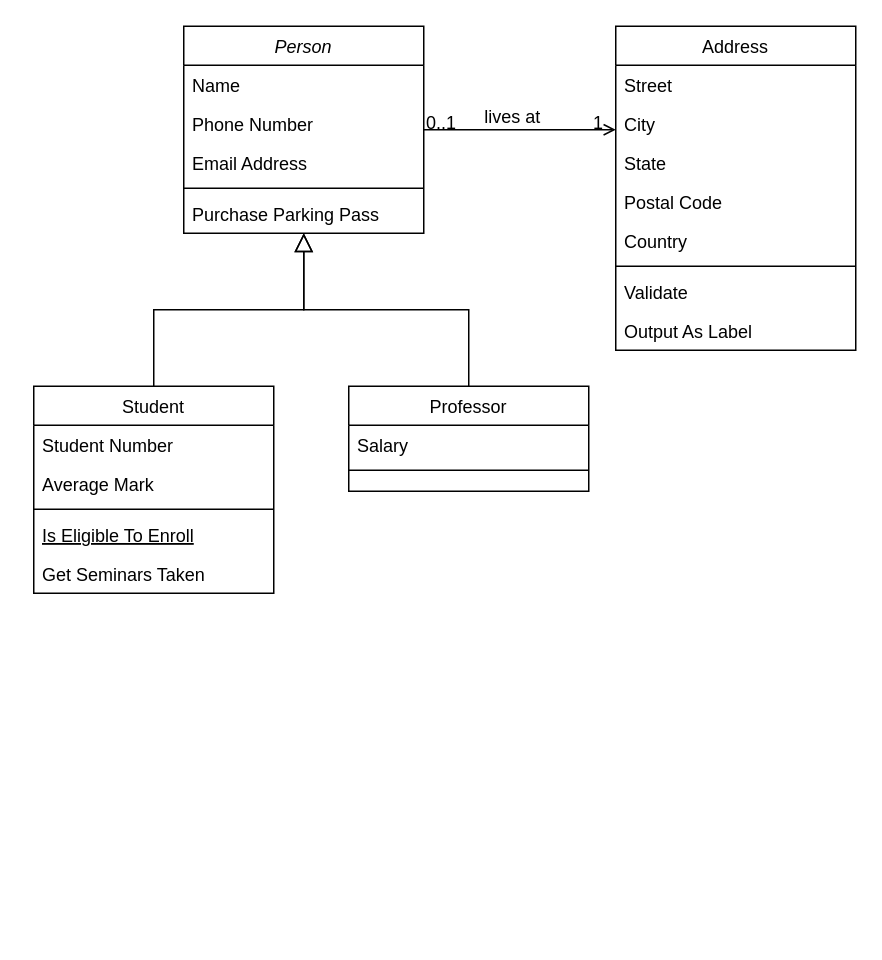
PCalderon77/Bases-de-datos1-ISSD keeps this draw.io diagram as Final Analisis de sistemas 2.drawio. Above is the earlier version. Source tidied: cells renumbered, new cells numbered last; positions are measured from the earlier drawing's top-left corner, leaving out a move shared by most shapes. Both pictures are drawn from the tidied source at 150%, with x=0, y=0 at pixel (33, 26).
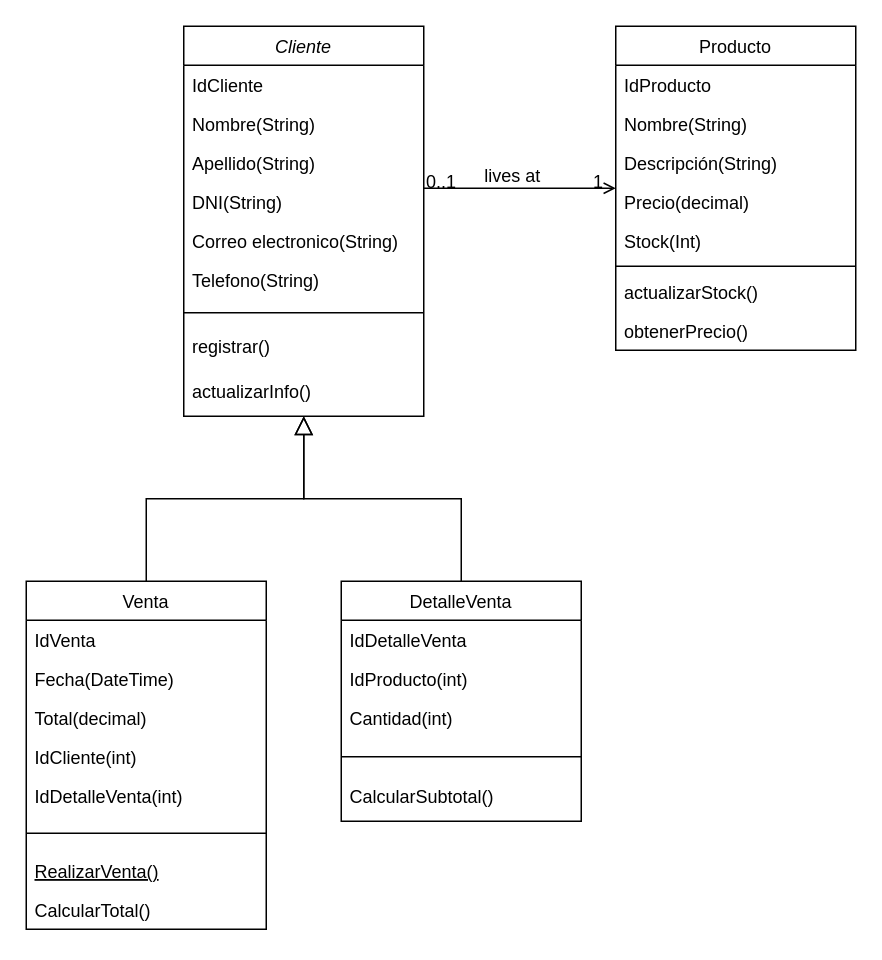
After the change.

What changed in the source:
```diff
@@
-    <mxCell id="2" value="Person" style="swimlane;fontStyle=2;align=center;verticalAlign=top;horizontal=1;startSize=26;rounded=0;shadow=0;strokeWidth=1;" parent="1" vertex="1">
-      <mxGeometry x="100" width="160" height="138" as="geometry" />
+    <mxCell id="2" value="Cliente" style="swimlane;fontStyle=2;align=center;verticalAlign=top;horizontal=1;startSize=26;rounded=0;shadow=0;strokeWidth=1;" parent="1" vertex="1">
+      <mxGeometry x="100" width="160" height="260" as="geometry" />
     </mxCell>
-    <mxCell id="3" value="Name" style="text;align=left;verticalAlign=top;spacingLeft=4;spacingRight=4;overflow=hidden;" parent="2" vertex="1">
+    <mxCell id="3" value="IdCliente" style="text;align=left;verticalAlign=top;spacingLeft=4;spacingRight=4;overflow=hidden;" parent="2" vertex="1">
       <mxGeometry y="26" width="160" height="26" as="geometry" />
     </mxCell>
-    <mxCell id="4" value="Phone Number" style="text;align=left;verticalAlign=top;spacingLeft=4;spacingRight=4;overflow=hidden;rounded=0;shadow=0;html=0;" parent="2" vertex="1">
+    <mxCell id="4" value="Nombre(String)" style="text;align=left;verticalAlign=top;spacingLeft=4;spacingRight=4;overflow=hidden;rounded=0;shadow=0;html=0;" parent="2" vertex="1">
       <mxGeometry y="52" width="160" height="26" as="geometry" />
     </mxCell>
-    <mxCell id="5" value="Email Address" style="text;align=left;verticalAlign=top;spacingLeft=4;spacingRight=4;overflow=hidden;rounded=0;shadow=0;html=0;" parent="2" vertex="1">
+    <mxCell id="5" value="Apellido(String)" style="text;align=left;verticalAlign=top;spacingLeft=4;spacingRight=4;overflow=hidden;rounded=0;shadow=0;html=0;" parent="2" vertex="1">
       <mxGeometry y="78" width="160" height="26" as="geometry" />
     </mxCell>
+    <mxCell id="32" value="DNI(String)" style="text;align=left;verticalAlign=top;spacingLeft=4;spacingRight=4;overflow=hidden;rounded=0;shadow=0;html=0;" parent="2" vertex="1">
+      <mxGeometry y="104" width="160" height="26" as="geometry" />
+    </mxCell>
+    <mxCell id="33" value="Correo electronico(String)" style="text;align=left;verticalAlign=top;spacingLeft=4;spacingRight=4;overflow=hidden;rounded=0;shadow=0;html=0;" parent="2" vertex="1">
+      <mxGeometry y="130" width="160" height="26" as="geometry" />
+    </mxCell>
+    <mxCell id="34" value="Telefono(String)" style="text;align=left;verticalAlign=top;spacingLeft=4;spacingRight=4;overflow=hidden;rounded=0;shadow=0;html=0;" parent="2" vertex="1">
+      <mxGeometry y="156" width="160" height="26" as="geometry" />
+    </mxCell>
     <mxCell id="6" style="line;html=1;strokeWidth=1;align=left;verticalAlign=middle;spacingTop=-1;spacingLeft=3;spacingRight=3;labelPosition=right;" parent="2" vertex="1">
-      <mxGeometry y="104" width="160" height="8" as="geometry" />
+      <mxGeometry y="182" width="160" height="18" as="geometry" />
     </mxCell>
-    <mxCell id="7" value="Purchase Parking Pass" style="text;align=left;verticalAlign=top;spacingLeft=4;spacingRight=4;overflow=hidden;" parent="2" vertex="1">
-      <mxGeometry y="112" width="160" height="26" as="geometry" />
+    <mxCell id="7" value="registrar()" style="text;align=left;verticalAlign=top;spacingLeft=4;spacingRight=4;overflow=hidden;" parent="2" vertex="1">
+      <mxGeometry y="200" width="160" height="30" as="geometry" />
     </mxCell>
+    <mxCell id="35" value="actualizarInfo()" style="text;align=left;verticalAlign=top;spacingLeft=4;spacingRight=4;overflow=hidden;" parent="2" vertex="1">
+      <mxGeometry y="230" width="160" height="30" as="geometry" />
+    </mxCell>
-    <mxCell id="8" value="Student" style="swimlane;fontStyle=0;align=center;verticalAlign=top;horizontal=1;startSize=26;rounded=0;shadow=0;strokeWidth=1;" parent="1" vertex="1">
-      <mxGeometry y="240" width="160" height="138" as="geometry" />
+    <mxCell id="8" value="Venta" style="swimlane;fontStyle=0;align=center;verticalAlign=top;horizontal=1;startSize=26;rounded=0;shadow=0;strokeWidth=1;" parent="1" vertex="1">
+      <mxGeometry x="-5" y="370" width="160" height="232" as="geometry" />
     </mxCell>
-    <mxCell id="9" value="Student Number" style="text;align=left;verticalAlign=top;spacingLeft=4;spacingRight=4;overflow=hidden;" parent="8" vertex="1">
+    <mxCell id="9" value="IdVenta" style="text;align=left;verticalAlign=top;spacingLeft=4;spacingRight=4;overflow=hidden;" parent="8" vertex="1">
       <mxGeometry y="26" width="160" height="26" as="geometry" />
     </mxCell>
-    <mxCell id="10" value="Average Mark" style="text;align=left;verticalAlign=top;spacingLeft=4;spacingRight=4;overflow=hidden;rounded=0;shadow=0;html=0;" parent="8" vertex="1">
+    <mxCell id="10" value="Fecha(DateTime)" style="text;align=left;verticalAlign=top;spacingLeft=4;spacingRight=4;overflow=hidden;rounded=0;shadow=0;html=0;" parent="8" vertex="1">
       <mxGeometry y="52" width="160" height="26" as="geometry" />
     </mxCell>
+    <mxCell id="36" value="Total(decimal)" style="text;align=left;verticalAlign=top;spacingLeft=4;spacingRight=4;overflow=hidden;rounded=0;shadow=0;html=0;" parent="8" vertex="1">
+      <mxGeometry y="78" width="160" height="26" as="geometry" />
+    </mxCell>
+    <mxCell id="37" value="IdCliente(int)" style="text;align=left;verticalAlign=top;spacingLeft=4;spacingRight=4;overflow=hidden;rounded=0;shadow=0;html=0;" parent="8" vertex="1">
+      <mxGeometry y="104" width="160" height="26" as="geometry" />
+    </mxCell>
+    <mxCell id="38" value="IdDetalleVenta(int)" style="text;align=left;verticalAlign=top;spacingLeft=4;spacingRight=4;overflow=hidden;rounded=0;shadow=0;html=0;" parent="8" vertex="1">
+      <mxGeometry y="130" width="160" height="26" as="geometry" />
+    </mxCell>
     <mxCell id="11" style="line;html=1;strokeWidth=1;align=left;verticalAlign=middle;spacingTop=-1;spacingLeft=3;spacingRight=3;labelPosition=right;" parent="8" vertex="1">
-      <mxGeometry y="78" width="160" height="8" as="geometry" />
+      <mxGeometry y="156" width="160" height="24" as="geometry" />
     </mxCell>
-    <mxCell id="12" value="Is Eligible To Enroll" style="text;align=left;verticalAlign=top;spacingLeft=4;spacingRight=4;overflow=hidden;fontStyle=4;" parent="8" vertex="1">
-      <mxGeometry y="86" width="160" height="26" as="geometry" />
+    <mxCell id="12" value="RealizarVenta()" style="text;align=left;verticalAlign=top;spacingLeft=4;spacingRight=4;overflow=hidden;fontStyle=4;" parent="8" vertex="1">
+      <mxGeometry y="180" width="160" height="26" as="geometry" />
     </mxCell>
-    <mxCell id="13" value="Get Seminars Taken" style="text;align=left;verticalAlign=top;spacingLeft=4;spacingRight=4;overflow=hidden;" parent="8" vertex="1">
-      <mxGeometry y="112" width="160" height="26" as="geometry" />
+    <mxCell id="13" value="CalcularTotal()" style="text;align=left;verticalAlign=top;spacingLeft=4;spacingRight=4;overflow=hidden;" parent="8" vertex="1">
+      <mxGeometry y="206" width="160" height="26" as="geometry" />
     </mxCell>
@@
-    <mxCell id="15" value="Professor" style="swimlane;fontStyle=0;align=center;verticalAlign=top;horizontal=1;startSize=26;rounded=0;shadow=0;strokeWidth=1;" parent="1" vertex="1">
-      <mxGeometry x="210" y="240" width="160" height="70" as="geometry" />
+    <mxCell id="15" value="DetalleVenta" style="swimlane;fontStyle=0;align=center;verticalAlign=top;horizontal=1;startSize=26;rounded=0;shadow=0;strokeWidth=1;" parent="1" vertex="1">
+      <mxGeometry x="205" y="370" width="160" height="160" as="geometry" />
     </mxCell>
-    <mxCell id="16" value="Salary" style="text;align=left;verticalAlign=top;spacingLeft=4;spacingRight=4;overflow=hidden;" parent="15" vertex="1">
+    <mxCell id="16" value="IdDetalleVenta" style="text;align=left;verticalAlign=top;spacingLeft=4;spacingRight=4;overflow=hidden;" parent="15" vertex="1">
       <mxGeometry y="26" width="160" height="26" as="geometry" />
     </mxCell>
+    <mxCell id="39" value="IdProducto(int)" style="text;align=left;verticalAlign=top;spacingLeft=4;spacingRight=4;overflow=hidden;" parent="15" vertex="1">
+      <mxGeometry y="52" width="160" height="26" as="geometry" />
+    </mxCell>
+    <mxCell id="40" value="Cantidad(int)" style="text;align=left;verticalAlign=top;spacingLeft=4;spacingRight=4;overflow=hidden;" parent="15" vertex="1">
+      <mxGeometry y="78" width="160" height="26" as="geometry" />
+    </mxCell>
     <mxCell id="17" style="line;html=1;strokeWidth=1;align=left;verticalAlign=middle;spacingTop=-1;spacingLeft=3;spacingRight=3;labelPosition=right;" parent="15" vertex="1">
-      <mxGeometry y="52" width="160" height="8" as="geometry" />
+      <mxGeometry y="104" width="160" height="26" as="geometry" />
     </mxCell>
+    <mxCell id="41" value="CalcularSubtotal()" style="text;align=left;verticalAlign=top;spacingLeft=4;spacingRight=4;overflow=hidden;" parent="15" vertex="1">
+      <mxGeometry y="130" width="160" height="26" as="geometry" />
+    </mxCell>
@@
-    <mxCell id="19" value="Address" style="swimlane;fontStyle=0;align=center;verticalAlign=top;horizontal=1;startSize=26;rounded=0;shadow=0;strokeWidth=1;" parent="1" vertex="1">
+    <mxCell id="19" value="Producto" style="swimlane;fontStyle=0;align=center;verticalAlign=top;horizontal=1;startSize=26;rounded=0;shadow=0;strokeWidth=1;" parent="1" vertex="1">
       <mxGeometry x="388" width="160" height="216" as="geometry" />
     </mxCell>
-    <mxCell id="20" value="Street" style="text;align=left;verticalAlign=top;spacingLeft=4;spacingRight=4;overflow=hidden;" parent="19" vertex="1">
+    <mxCell id="20" value="IdProducto" style="text;align=left;verticalAlign=top;spacingLeft=4;spacingRight=4;overflow=hidden;" parent="19" vertex="1">
       <mxGeometry y="26" width="160" height="26" as="geometry" />
     </mxCell>
-    <mxCell id="21" value="City" style="text;align=left;verticalAlign=top;spacingLeft=4;spacingRight=4;overflow=hidden;rounded=0;shadow=0;html=0;" parent="19" vertex="1">
+    <mxCell id="21" value="Nombre(String)" style="text;align=left;verticalAlign=top;spacingLeft=4;spacingRight=4;overflow=hidden;rounded=0;shadow=0;html=0;" parent="19" vertex="1">
       <mxGeometry y="52" width="160" height="26" as="geometry" />
     </mxCell>
-    <mxCell id="22" value="State" style="text;align=left;verticalAlign=top;spacingLeft=4;spacingRight=4;overflow=hidden;rounded=0;shadow=0;html=0;" parent="19" vertex="1">
+    <mxCell id="22" value="Descripción(String)" style="text;align=left;verticalAlign=top;spacingLeft=4;spacingRight=4;overflow=hidden;rounded=0;shadow=0;html=0;" parent="19" vertex="1">
       <mxGeometry y="78" width="160" height="26" as="geometry" />
     </mxCell>
-    <mxCell id="23" value="Postal Code" style="text;align=left;verticalAlign=top;spacingLeft=4;spacingRight=4;overflow=hidden;rounded=0;shadow=0;html=0;" parent="19" vertex="1">
+    <mxCell id="23" value="Precio(decimal)" style="text;align=left;verticalAlign=top;spacingLeft=4;spacingRight=4;overflow=hidden;rounded=0;shadow=0;html=0;" parent="19" vertex="1">
       <mxGeometry y="104" width="160" height="26" as="geometry" />
     </mxCell>
-    <mxCell id="24" value="Country" style="text;align=left;verticalAlign=top;spacingLeft=4;spacingRight=4;overflow=hidden;rounded=0;shadow=0;html=0;" parent="19" vertex="1">
+    <mxCell id="24" value="Stock(Int)" style="text;align=left;verticalAlign=top;spacingLeft=4;spacingRight=4;overflow=hidden;rounded=0;shadow=0;html=0;" parent="19" vertex="1">
       <mxGeometry y="130" width="160" height="26" as="geometry" />
     </mxCell>
@@
-    <mxCell id="26" value="Validate" style="text;align=left;verticalAlign=top;spacingLeft=4;spacingRight=4;overflow=hidden;" parent="19" vertex="1">
+    <mxCell id="26" value="actualizarStock()" style="text;align=left;verticalAlign=top;spacingLeft=4;spacingRight=4;overflow=hidden;" parent="19" vertex="1">
       <mxGeometry y="164" width="160" height="26" as="geometry" />
     </mxCell>
-    <mxCell id="27" value="Output As Label" style="text;align=left;verticalAlign=top;spacingLeft=4;spacingRight=4;overflow=hidden;" parent="19" vertex="1">
+    <mxCell id="27" value="obtenerPrecio()" style="text;align=left;verticalAlign=top;spacingLeft=4;spacingRight=4;overflow=hidden;" parent="19" vertex="1">
       <mxGeometry y="190" width="160" height="26" as="geometry" />
     </mxCell>
```
